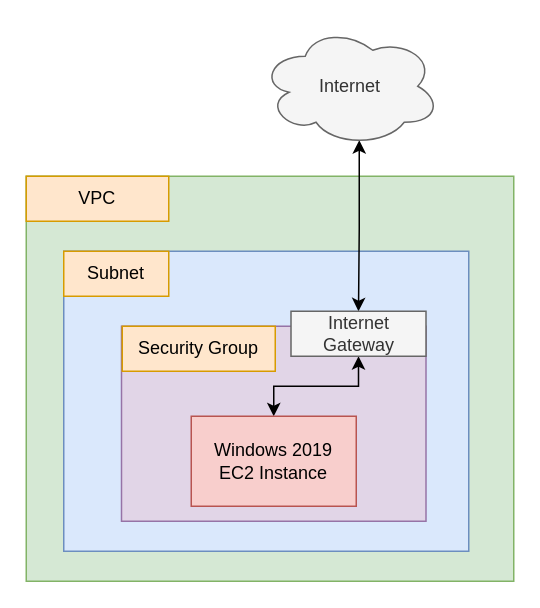
This is aws/chrome-on-windows/diagrams/chrome_on_windows.drawio from claytonbrown/terraformExamples, a draw.io file, before an edit. Source tidied: cells renumbered, new cells numbered last; positions are measured from the earlier drawing's top-left corner, leaving out a move shared by most shapes. Both pictures are drawn from the tidied source at 150%, with x=0, y=0 at pixel (26, 26).
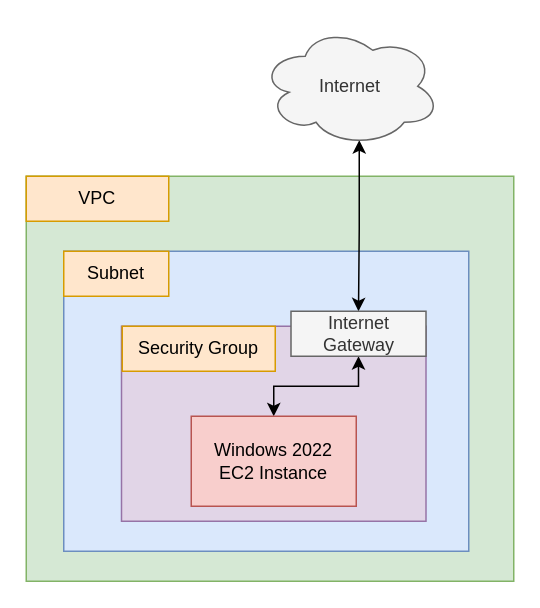
Above is the later version.

Commit message (it also covers changes not shown here):
Minor updates to test that the script still works with newer versions of Terraform and Windows Server 2022.

The edit, as a diff of the source:
```diff
@@
 <mxGraphModel>
   <root>
     <mxCell id="0" />
     <mxCell id="1" parent="0" />
     <mxCell id="2" style="rounded=0;whiteSpace=wrap;html=1;fillColor=#d5e8d4;strokeColor=#82b366;" parent="1" vertex="1">
       <mxGeometry y="100" width="325" height="270" as="geometry" />
     </mxCell>
     <mxCell id="3" value="VPC" style="rounded=0;whiteSpace=wrap;html=1;fillColor=#ffe6cc;strokeColor=#d79b00;" parent="1" vertex="1">
       <mxGeometry y="100" width="95" height="30" as="geometry" />
     </mxCell>
     <mxCell id="4" style="rounded=0;whiteSpace=wrap;html=1;fillColor=#dae8fc;strokeColor=#6c8ebf;" parent="1" vertex="1">
       <mxGeometry x="25" y="150" width="270" height="200" as="geometry" />
     </mxCell>
     <mxCell id="5" style="rounded=0;whiteSpace=wrap;html=1;fillColor=#e1d5e7;strokeColor=#9673a6;" parent="1" vertex="1">
       <mxGeometry x="63.5" y="200" width="203" height="130" as="geometry" />
     </mxCell>
     <mxCell id="6" style="edgeStyle=orthogonalEdgeStyle;rounded=0;jettySize=auto;html=1;exitX=0.5;exitY=0;exitDx=0;exitDy=0;entryX=0.5;entryY=1;entryDx=0;entryDy=0;startArrow=classic;startFill=1;" parent="1" edge="1" source="7" target="12">
       <mxGeometry relative="1" as="geometry">
         <Array as="points">
           <mxPoint x="165" y="240" />
           <mxPoint x="222" y="240" />
         </Array>
       </mxGeometry>
     </mxCell>
-    <mxCell id="7" value="Windows 2019 &lt;br&gt;EC2 Instance" style="rounded=0;whiteSpace=wrap;html=1;fillColor=#f8cecc;strokeColor=#b85450;" parent="1" vertex="1">
+    <mxCell id="7" value="Windows 2022&lt;br&gt;EC2 Instance" style="rounded=0;whiteSpace=wrap;html=1;fillColor=#f8cecc;strokeColor=#b85450;" parent="1" vertex="1">
       <mxGeometry x="110" y="260" width="110" height="60" as="geometry" />
     </mxCell>
     <mxCell id="8" value="Security Group" style="rounded=0;whiteSpace=wrap;html=1;fillColor=#ffe6cc;strokeColor=#d79b00;" parent="1" vertex="1">
       <mxGeometry x="64" y="200" width="102" height="30" as="geometry" />
     </mxCell>
     <mxCell id="9" value="Subnet" style="rounded=0;whiteSpace=wrap;html=1;fillColor=#ffe6cc;strokeColor=#d79b00;" parent="1" vertex="1">
       <mxGeometry x="25" y="150" width="70" height="30" as="geometry" />
     </mxCell>
     <mxCell id="10" style="edgeStyle=orthogonalEdgeStyle;rounded=0;jettySize=auto;html=1;exitX=0.55;exitY=0.95;exitDx=0;exitDy=0;exitPerimeter=0;entryX=0.5;entryY=0;entryDx=0;entryDy=0;startArrow=classic;startFill=1;" parent="1" edge="1" source="11" target="12">
       <mxGeometry relative="1" as="geometry" />
     </mxCell>
     <mxCell id="11" value="Internet" style="ellipse;shape=cloud;whiteSpace=wrap;html=1;fillColor=#f5f5f5;strokeColor=#666666;fontColor=#333333;" parent="1" vertex="1">
       <mxGeometry x="156" width="120" height="80" as="geometry" />
     </mxCell>
     <mxCell id="12" value="Internet Gateway" style="rounded=0;whiteSpace=wrap;html=1;fillColor=#f5f5f5;strokeColor=#666666;fontColor=#333333;" parent="1" vertex="1">
       <mxGeometry x="176.5" y="190" width="90" height="30" as="geometry" />
     </mxCell>
   </root>
 </mxGraphModel>
```
